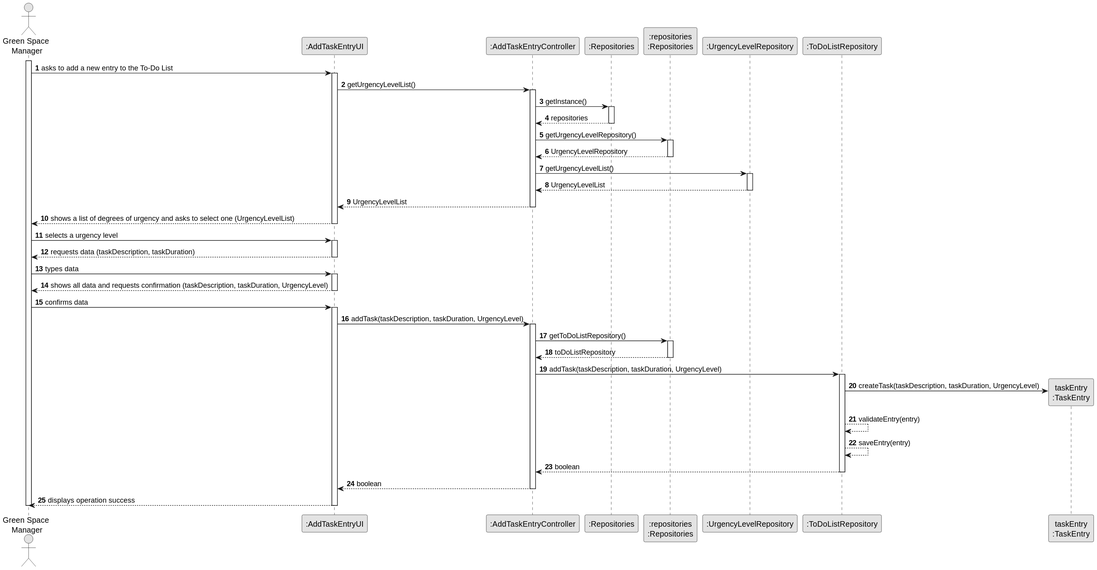
Above: docs/sprintC/us021/03.design/svg/us021-sequence-diagram-full.svg in Departamento-de-Engenharia-Informatica/lei-24-s2-1dkl-g134 (PlantUML), before the change. Source of this version:
```plantuml
@startuml
skinparam monochrome true
skinparam packageStyle rectangle
skinparam shadowing false

autonumber

actor "Green Space \nManager" as ADM
participant ":AddTaskEntryUI" as UI
participant ":AddTaskEntryController" as CTRL
participant ":Repositories" as RepositorySingleton
participant ":repositories\n:Repositories" as PLAT

participant ":UrgencyLevelRepository" as URG
participant ":ToDoListRepository" as TDR
participant "taskEntry\n:TaskEntry" as TASK

activate ADM

    ADM -> UI : asks to add a new entry to the To-Do List
    activate UI

        UI -> CTRL : getUrgencyLevelList()
        activate CTRL

            CTRL -> RepositorySingleton : getInstance()
            activate RepositorySingleton

                RepositorySingleton --> CTRL : repositories
            deactivate RepositorySingleton

            CTRL -> PLAT : getUrgencyLevelRepository()
            activate PLAT

                PLAT --> CTRL : UrgencyLevelRepository
            deactivate PLAT

            CTRL -> URG : getUrgencyLevelList()
            activate URG

                URG --> CTRL : UrgencyLevelList
            deactivate URG

            CTRL --> UI : UrgencyLevelList
        deactivate CTRL

        UI --> ADM : shows a list of degrees of urgency and asks to select one (UrgencyLevelList)
    deactivate UI

    ADM -> UI : selects a urgency level
    activate UI

        UI --> ADM : requests data (taskDescription, taskDuration)
    deactivate UI

    ADM -> UI : types data
    activate UI

        UI --> ADM : shows all data and requests confirmation (taskDescription, taskDuration, UrgencyLevel)
    deactivate UI

    ADM -> UI : confirms data
    activate UI

        UI -> CTRL : addTask(taskDescription, taskDuration, UrgencyLevel)
        activate CTRL

            CTRL -> PLAT : getToDoListRepository()
            activate PLAT

                PLAT --> CTRL : toDoListRepository
            deactivate PLAT

            CTRL -> TDR : addTask(taskDescription, taskDuration, UrgencyLevel)
            activate TDR

                TDR -> TASK** : createTask(taskDescription, taskDuration, UrgencyLevel)
                TDR --> TDR : validateEntry(entry)
                TDR --> TDR : saveEntry(entry)
                TDR --> CTRL : boolean
            deactivate TDR

            CTRL --> UI : boolean
        deactivate CTRL

        UI --> ADM : displays operation success
    deactivate UI

deactivate ADM
@enduml
```
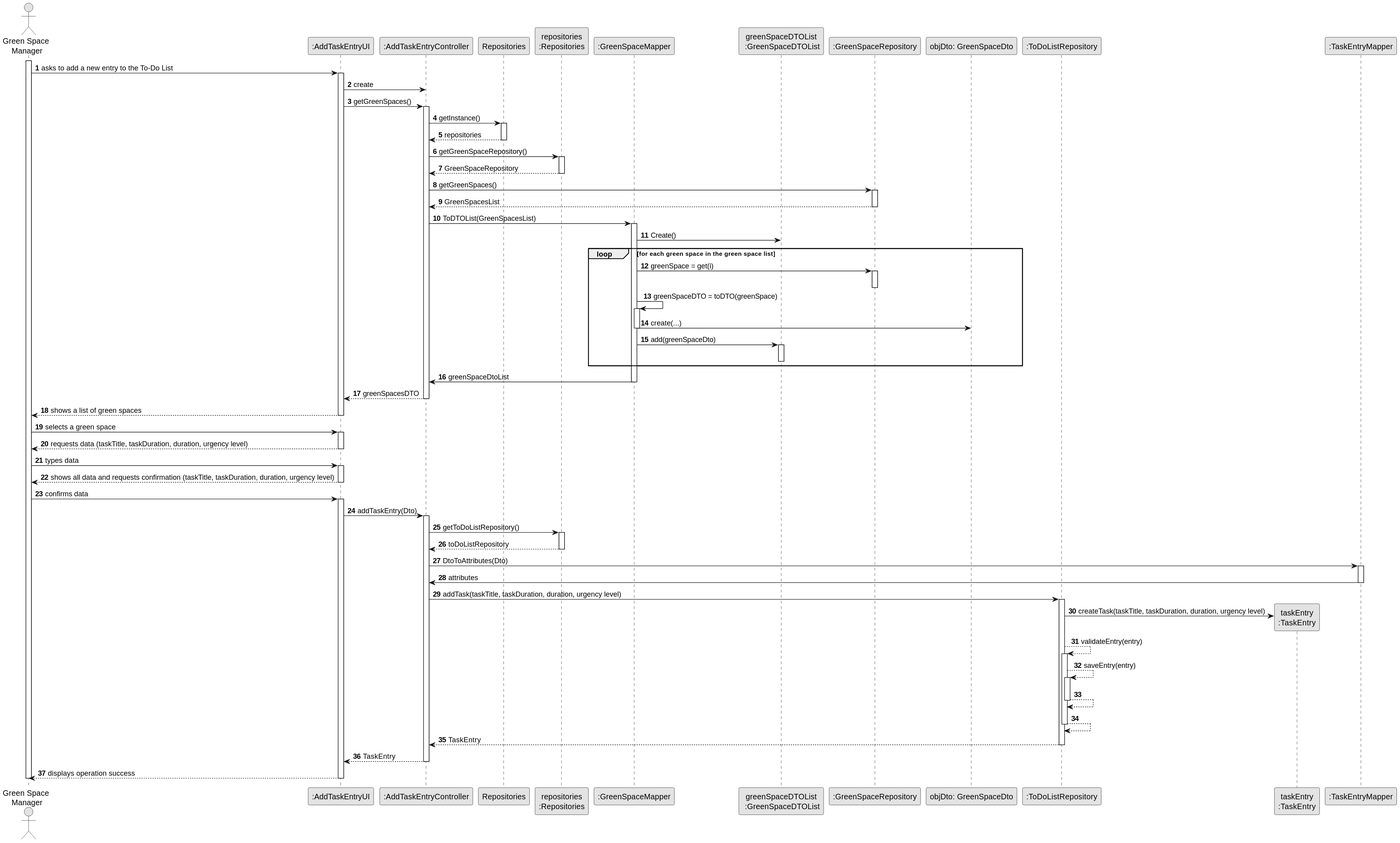
The same diagram one commit later.

Diff of the diagram source:
```diff
@@ -8,19 +8,24 @@
 actor "Green Space \nManager" as ADM
 participant ":AddTaskEntryUI" as UI
 participant ":AddTaskEntryController" as CTRL
-participant ":Repositories" as RepositorySingleton
-participant ":repositories\n:Repositories" as PLAT
-
-participant ":UrgencyLevelRepository" as URG
+participant "Repositories" as RepositorySingleton
+participant "repositories\n:Repositories" as PLAT
+participant ":GreenSpaceMapper" as MAP
+participant "greenSpaceDTOList\n :GreenSpaceDTOList" as DTO
+participant ":GreenSpaceRepository" as URG
+participant "objDto: GreenSpaceDto" as GDTO
 participant ":ToDoListRepository" as TDR
 participant "taskEntry\n:TaskEntry" as TASK
+participant ":TaskEntryMapper" as TMAP
+
+
 
 activate ADM
 
     ADM -> UI : asks to add a new entry to the To-Do List
     activate UI
-
-        UI -> CTRL : getUrgencyLevelList()
+        UI -> CTRL : create
+        UI -> CTRL : getGreenSpaces()
         activate CTRL
 
             CTRL -> RepositorySingleton : getInstance()
@@ -29,40 +34,59 @@
                 RepositorySingleton --> CTRL : repositories
             deactivate RepositorySingleton
 
-            CTRL -> PLAT : getUrgencyLevelRepository()
+            CTRL -> PLAT : getGreenSpaceRepository()
             activate PLAT
 
-                PLAT --> CTRL : UrgencyLevelRepository
+                PLAT --> CTRL : GreenSpaceRepository
             deactivate PLAT
 
-            CTRL -> URG : getUrgencyLevelList()
+            CTRL -> URG : getGreenSpaces()
             activate URG
 
-                URG --> CTRL : UrgencyLevelList
+                URG --> CTRL : GreenSpacesList
             deactivate URG
 
-            CTRL --> UI : UrgencyLevelList
+            CTRL -> MAP : ToDTOList(GreenSpacesList)
+            activate MAP
+                MAP -> DTO: Create()
+                loop for each green space in the green space list
+                MAP -> URG: greenSpace = get(i)
+                activate URG
+                deactivate URG
+                MAP -> MAP: greenSpaceDTO = toDTO(greenSpace)
+                activate MAP
+                MAP -> GDTO: create(...)
+                deactivate MAP
+                MAP -> DTO: add(greenSpaceDto)
+
+                activate DTO
+                deactivate DTO
+                end
+                MAP -> CTRL: greenSpaceDtoList
+            deactivate MAP
+
+            CTRL --> UI : greenSpacesDTO
         deactivate CTRL
 
-        UI --> ADM : shows a list of degrees of urgency and asks to select one (UrgencyLevelList)
+        UI --> ADM : shows a list of green spaces
     deactivate UI
 
-    ADM -> UI : selects a urgency level
+    ADM -> UI : selects a green space
     activate UI
 
-        UI --> ADM : requests data (taskDescription, taskDuration)
+        UI --> ADM : requests data (taskTitle, taskDuration, duration, urgency level)
     deactivate UI
 
     ADM -> UI : types data
     activate UI
 
-        UI --> ADM : shows all data and requests confirmation (taskDescription, taskDuration, UrgencyLevel)
+        UI --> ADM : shows all data and requests confirmation (taskTitle, taskDuration, duration, urgency level)
     deactivate UI
 
     ADM -> UI : confirms data
     activate UI
 
-        UI -> CTRL : addTask(taskDescription, taskDuration, UrgencyLevel)
+        UI -> CTRL : addTaskEntry(Dto)
         activate CTRL
 
             CTRL -> PLAT : getToDoListRepository()
@@ -70,17 +94,34 @@
 
                 PLAT --> CTRL : toDoListRepository
             deactivate PLAT
+                            CTRL ->TMAP : DtoToAttributes(Dto)
+                            activate TMAP
+                            TMAP ->CTRL : attributes
+                                            Deactivate TMAP
 
-            CTRL -> TDR : addTask(taskDescription, taskDuration, UrgencyLevel)
+            CTRL -> TDR : addTask(taskTitle, taskDuration, duration, urgency level)
             activate TDR
 
-                TDR -> TASK** : createTask(taskDescription, taskDuration, UrgencyLevel)
+
+
+
+
+                TDR -> TASK** : createTask(taskTitle, taskDuration, duration, urgency level)
                 TDR --> TDR : validateEntry(entry)
+                activate TDR
                 TDR --> TDR : saveEntry(entry)
-                TDR --> CTRL : boolean
+                activate TDR
+                TDR --> TDR
+                deactivate TDR
+                TDR --> TDR
+                deactivate TDR
+
+
+                TDR --> CTRL : TaskEntry
+
             deactivate TDR
 
-            CTRL --> UI : boolean
+            CTRL --> UI : TaskEntry
         deactivate CTRL
 
         UI --> ADM : displays operation success
```
